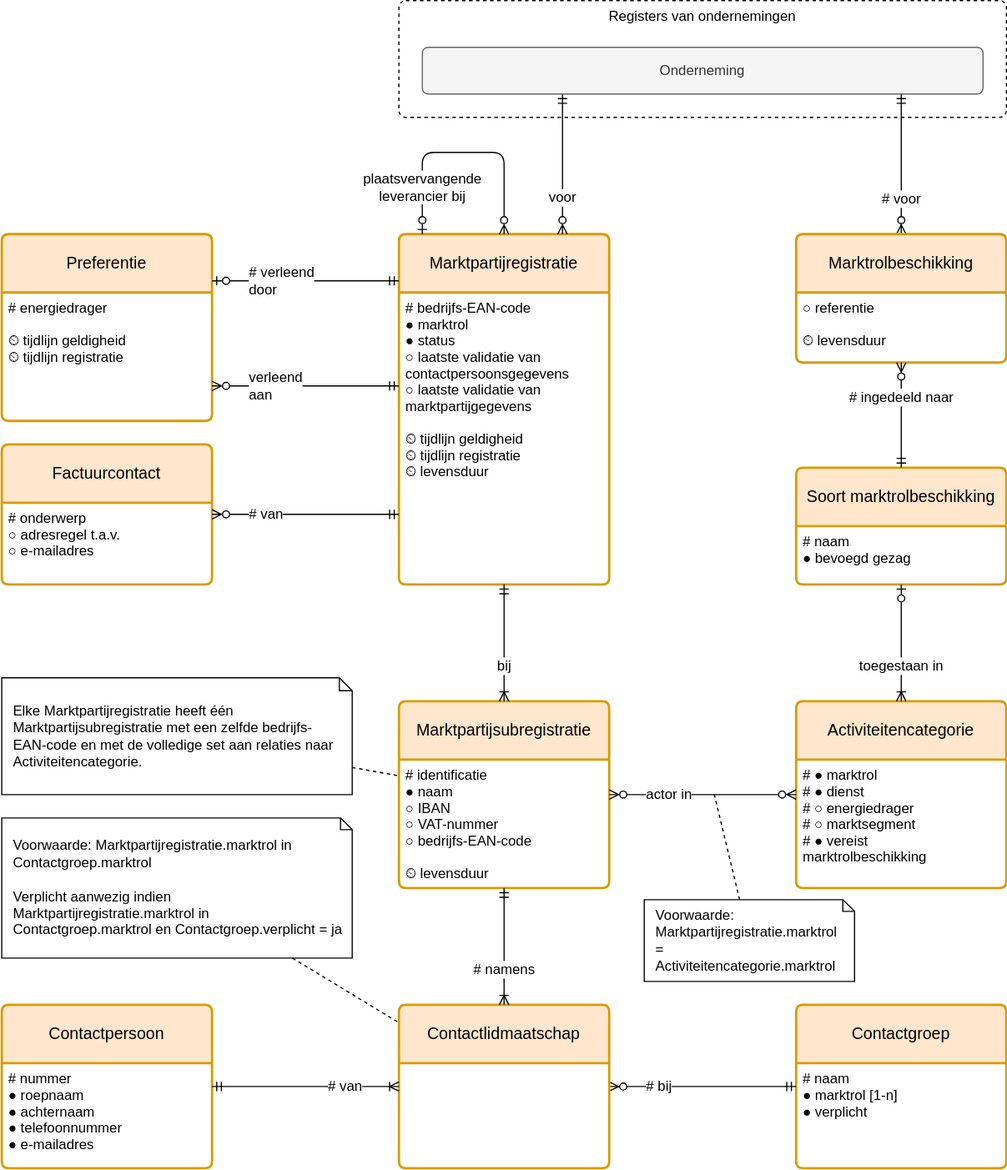
The draw.io diagram registers/marktpartijenregister/1.6/marktpartijenregister.drawio.svg in Netbeheer-Nederland/stelsel, before a commit. Source tidied: cells renumbered, new cells last; positions are measured from the earlier drawing's top-left corner, leaving out a move shared by most shapes.
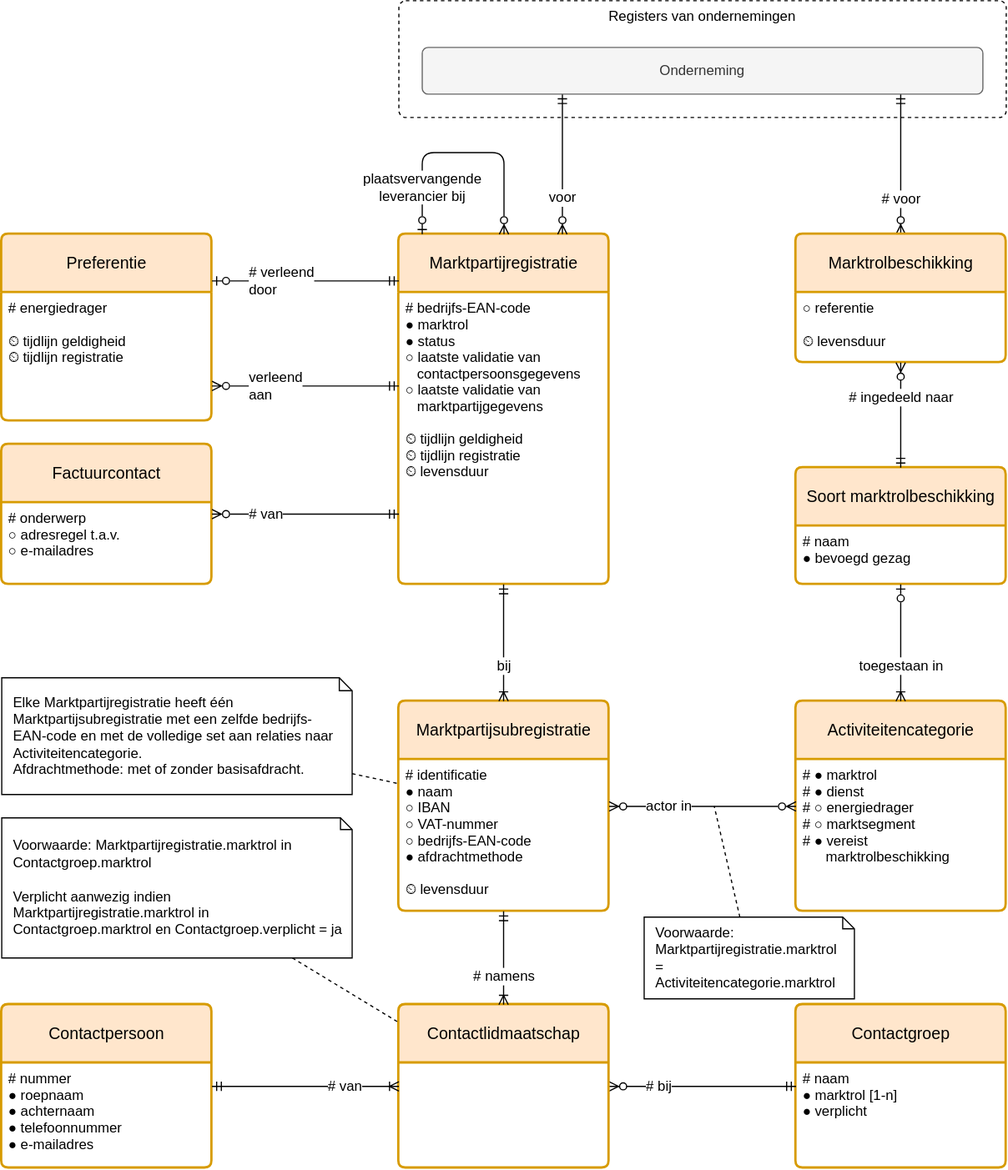
After the change.

Commit message:
Afdrachtmethode toegevoegd aan Marktpartijsubregistratie.

Change to the diagram source:
```diff
@@ -45,10 +45,10 @@
       <mxGeometry y="50" width="180" height="250" as="geometry" />
     </mxCell>
     <mxCell id="16" value="Activiteitencategorie" style="swimlane;horizontal=1;startSize=50;rounded=1;fontSize=14;fontStyle=0;strokeWidth=2;shadow=0;dashed=0;align=center;fillColor=#ffe6cc;strokeColor=#d79b00;arcSize=4;whiteSpace=wrap;html=1;spacing=10;" parent="1" vertex="1">
-      <mxGeometry x="680" y="600" width="180" height="160" as="geometry" />
+      <mxGeometry x="680" y="600" width="180" height="180" as="geometry" />
     </mxCell>
     <mxCell id="17" value="# ● marktrol&#10;# ● dienst&#10;# ○ energiedrager&#10;# ○ marktsegment&#10;# ● vereist&#10;      marktrolbeschikking" style="align=left;strokeColor=none;fillColor=none;spacingLeft=4;fontSize=12;verticalAlign=top;" parent="16" vertex="1">
-      <mxGeometry y="50" width="180" height="110" as="geometry" />
+      <mxGeometry y="50" width="180" height="130" as="geometry" />
     </mxCell>
     <mxCell id="18" value="toegestaan in" style="fontSize=12;html=1;endArrow=ERzeroToOne;rounded=0;startArrow=ERoneToMany;startFill=0;endFill=0;edgeStyle=elbowEdgeStyle;align=center;" parent="1" edge="1" source="16" target="11">
       <mxGeometry x="-0.4" relative="1" as="geometry" />
@@ -63,15 +63,15 @@
       </mxGeometry>
     </mxCell>
     <mxCell id="20" value="Marktpartijsubregistratie" style="swimlane;horizontal=1;startSize=50;rounded=1;fontSize=14;fontStyle=0;strokeWidth=2;shadow=0;dashed=0;align=center;fillColor=#ffe6cc;strokeColor=#d79b00;arcSize=4;whiteSpace=wrap;html=1;spacing=10;" parent="1" vertex="1">
-      <mxGeometry x="340" y="600" width="180" height="160" as="geometry" />
+      <mxGeometry x="340" y="600" width="180" height="180" as="geometry" />
     </mxCell>
-    <mxCell id="21" value="# identificatie&#10;● naam&#10;○ IBAN&#10;○ VAT-nummer&#10;○ bedrijfs-EAN-code&#10;&#10;⏲ levensduur" style="align=left;strokeColor=none;fillColor=none;spacingLeft=4;fontSize=12;verticalAlign=top;" parent="20" vertex="1">
-      <mxGeometry y="50" width="180" height="110" as="geometry" />
+    <mxCell id="21" value="# identificatie&#10;● naam&#10;○ IBAN&#10;○ VAT-nummer&#10;○ bedrijfs-EAN-code&#10;● afdrachtmethode&#10;&#10;⏲ levensduur" style="align=left;strokeColor=none;fillColor=none;spacingLeft=4;fontSize=12;verticalAlign=top;" parent="20" vertex="1">
+      <mxGeometry y="50" width="180" height="130" as="geometry" />
     </mxCell>
     <mxCell id="22" value="bij" style="fontSize=12;html=1;endArrow=ERmandOne;rounded=0;startArrow=ERoneToMany;startFill=0;endFill=0;align=center;edgeStyle=elbowEdgeStyle;" parent="1" edge="1" source="20" target="14">
       <mxGeometry x="-0.4" relative="1" as="geometry" />
     </mxCell>
-    <mxCell id="23" value="Elke Marktpartijregistratie heeft één Marktpartijsubregistratie met een zelfde bedrijfs-EAN-code en met de&amp;nbsp;&lt;span&gt;volledige set aan relaties naar Activiteitencategorie.&lt;/span&gt;&lt;span&gt;&lt;br&gt;&lt;/span&gt;" style="shape=note;size=11;whiteSpace=wrap;html=1;align=left;verticalAlign=middle;spacing=10;" parent="1" vertex="1">
+    <mxCell id="23" value="Elke Marktpartijregistratie heeft één Marktpartijsubregistratie met een zelfde bedrijfs-EAN-code en met de&amp;nbsp;&lt;span&gt;volledige set aan relaties naar Activiteitencategorie.&lt;/span&gt;&lt;span&gt;&lt;br&gt;&lt;/span&gt;&lt;div&gt;&lt;span&gt;Afdrachtmethode: met of zonder basisafdracht.&lt;/span&gt;&lt;/div&gt;" style="shape=note;size=11;whiteSpace=wrap;html=1;align=left;verticalAlign=middle;spacing=10;" parent="1" vertex="1">
       <mxGeometry y="580" width="300" height="100" as="geometry" />
     </mxCell>
     <mxCell id="24" style="endArrow=none;dashed=1;html=1;rounded=0;" parent="1" edge="1" source="23" target="20">
@@ -87,11 +87,11 @@
       <mxGeometry x="-0.62" relative="1" as="geometry" />
     </mxCell>
     <mxCell id="28" value="Voorwaarde: Marktpartijregistratie.marktrol = Activiteitencategorie.marktrol" style="shape=note;size=10;whiteSpace=wrap;html=1;align=left;verticalAlign=middle;spacing=10;" parent="1" vertex="1">
-      <mxGeometry x="550" y="770" width="180" height="70" as="geometry" />
+      <mxGeometry x="550" y="785" width="180" height="70" as="geometry" />
     </mxCell>
     <mxCell id="29" style="endArrow=none;dashed=1;html=1;rounded=0;" parent="1" edge="1" source="28">
       <mxGeometry relative="1" as="geometry">
-        <mxPoint x="610" y="680" as="targetPoint" />
+        <mxPoint x="610" y="690" as="targetPoint" />
       </mxGeometry>
     </mxCell>
     <mxCell id="30" value="Voorwaarde: Marktpartijregistratie.marktrol in Contactgroep.marktrol&lt;br&gt;&lt;br&gt;Verplicht aanwezig indien Marktpartijregistratie.marktrol in Contactgroep.marktrol en Contactgroep.verplicht = ja" style="shape=note;size=10;whiteSpace=wrap;html=1;align=left;verticalAlign=middle;spacing=10;" parent="1" vertex="1">
```
